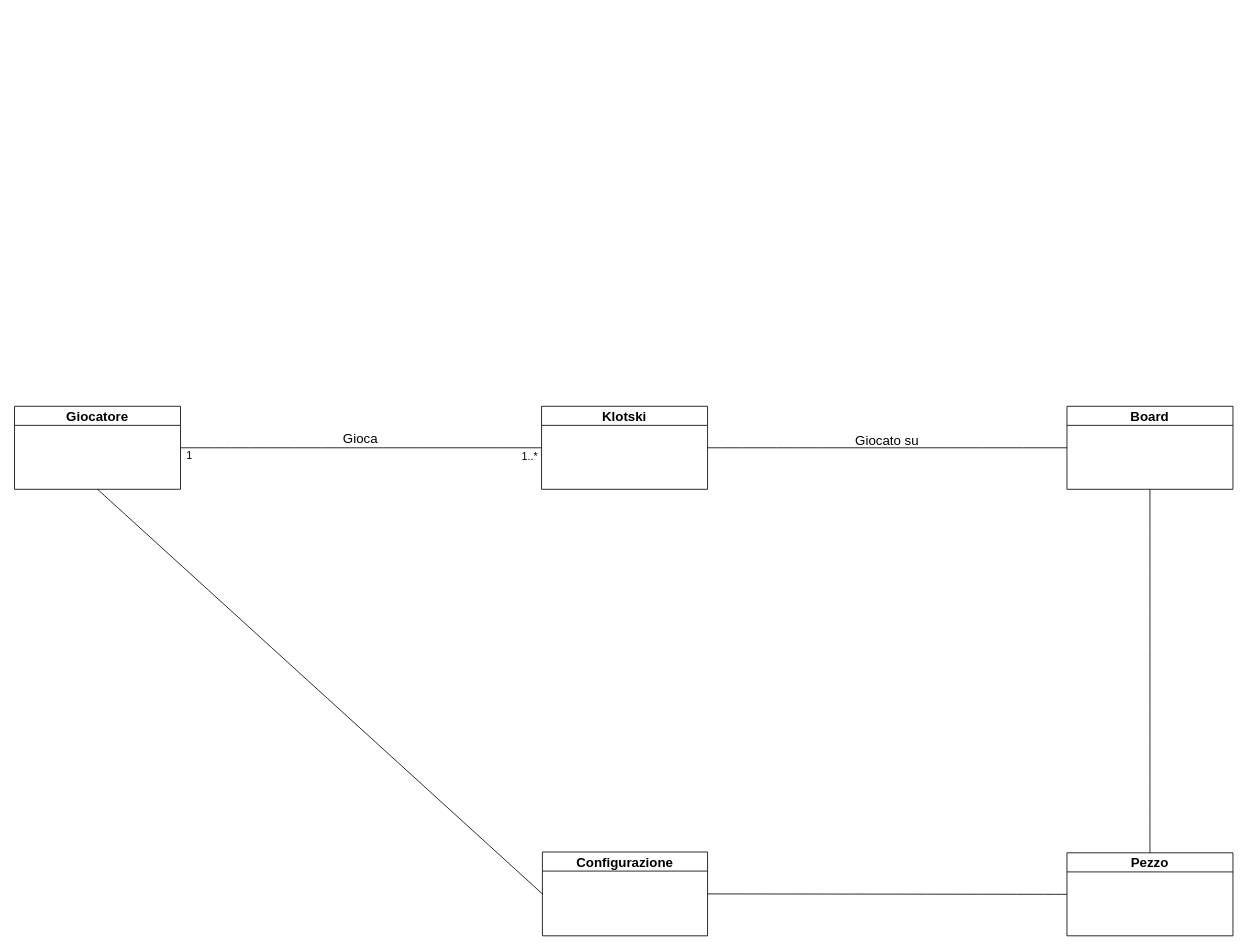
trikkeballakke/Test keeps this draw.io diagram as Domain Model.drawio. Above is the earlier version. Source tidied: cells renumbered, new cells numbered last; positions are measured from the earlier drawing's top-left corner, leaving out a move shared by most shapes. Both pictures are drawn from the tidied source at 83%, with x=0, y=0 at pixel (14, 406).
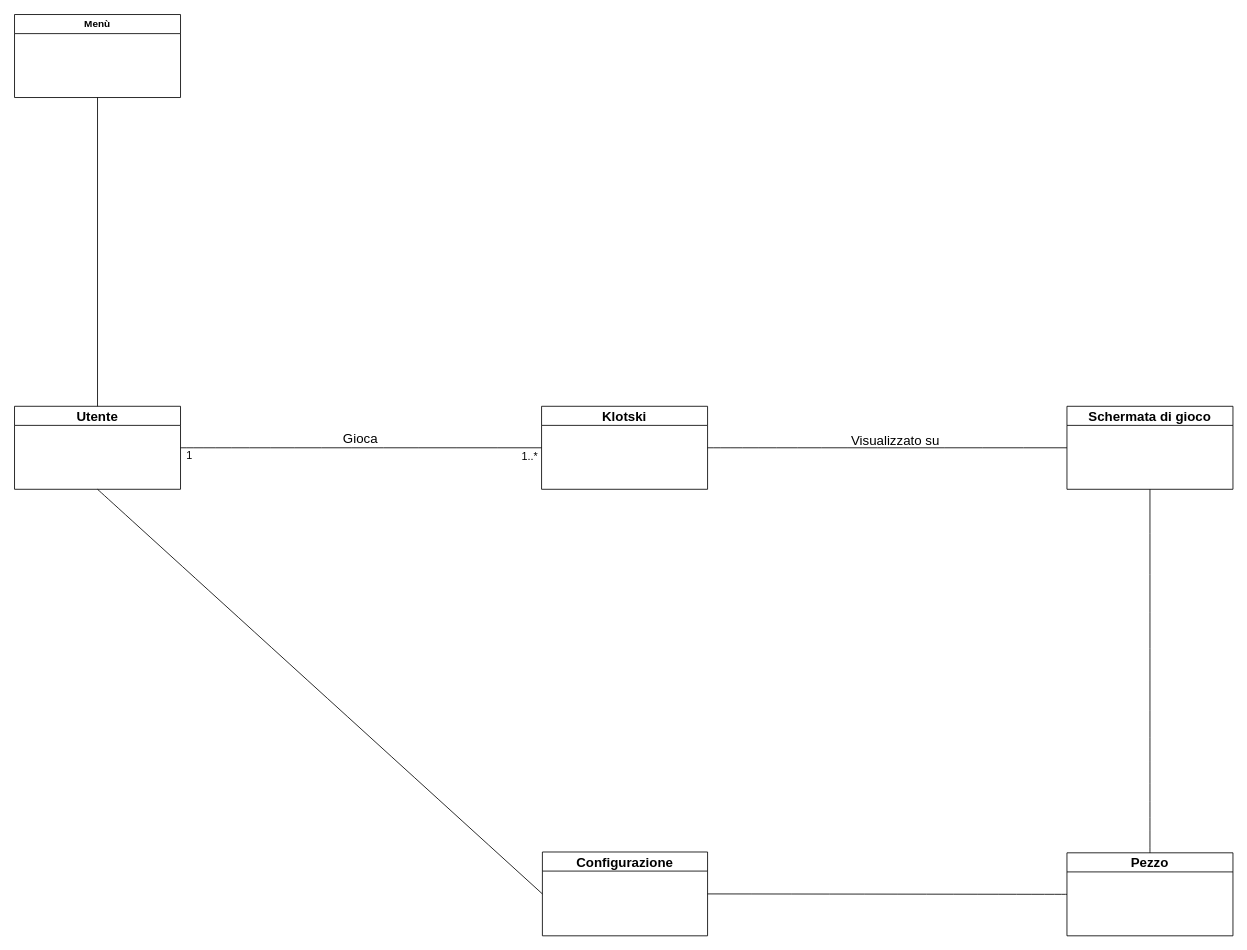
After the change.

What changed in the source:
```diff
@@
 <mxGraphModel>
   <root>
     <mxCell id="0" />
     <mxCell id="1" parent="0" />
     <mxCell id="2" style="edgeStyle=none;curved=1;rounded=0;jettySize=auto;html=1;exitX=1;exitY=0.5;exitDx=0;exitDy=0;entryX=0;entryY=0.5;entryDx=0;entryDy=0;fontSize=12;startSize=8;endSize=8;strokeColor=none;" parent="1" edge="1" source="3" target="4">
       <mxGeometry relative="1" as="geometry" />
     </mxCell>
-    <mxCell id="3" value="Giocatore" style="swimlane;whiteSpace=wrap;html=1;fontSize=16;" parent="1" vertex="1">
+    <mxCell id="3" value="Utente" style="swimlane;whiteSpace=wrap;html=1;fontSize=16;" parent="1" vertex="1">
       <mxGeometry width="200" height="100" as="geometry" />
     </mxCell>
     <mxCell id="4" value="Klotski" style="swimlane;whiteSpace=wrap;html=1;fontSize=16;" parent="1" vertex="1">
       <mxGeometry x="635" width="200" height="100" as="geometry" />
     </mxCell>
     <mxCell id="5" style="endArrow=none;html=1;rounded=0;fontSize=12;startSize=8;endSize=8;curved=1;exitX=1;exitY=0.5;exitDx=0;exitDy=0;entryX=0;entryY=0.5;entryDx=0;entryDy=0;" parent="1" edge="1" source="3" target="4">
       <mxGeometry relative="1" as="geometry" />
     </mxCell>
     <mxCell id="6" value="Gioca" style="text;html=1;strokeColor=none;fillColor=none;align=center;verticalAlign=middle;whiteSpace=wrap;rounded=0;fontSize=16;" parent="1" vertex="1">
       <mxGeometry x="387" y="24" width="60" height="30" as="geometry" />
     </mxCell>
     <mxCell id="7" value="1" style="text;html=1;strokeColor=none;fillColor=none;align=center;verticalAlign=middle;whiteSpace=wrap;rounded=0;fontSize=13;" parent="1" vertex="1">
       <mxGeometry x="206" y="54" width="10" height="10" as="geometry" />
     </mxCell>
     <mxCell id="8" value="&lt;font style=&quot;font-size: 13px;&quot;&gt;1..*&lt;/font&gt;" style="text;html=1;strokeColor=none;fillColor=none;align=center;verticalAlign=middle;whiteSpace=wrap;rounded=0;fontSize=16;" parent="1" vertex="1">
       <mxGeometry x="616" y="54" width="10" height="10" as="geometry" />
     </mxCell>
-    <mxCell id="9" value="Board" style="swimlane;whiteSpace=wrap;html=1;fontSize=16;" parent="1" vertex="1">
+    <mxCell id="9" value="Schermata di gioco" style="swimlane;whiteSpace=wrap;html=1;fontSize=16;" parent="1" vertex="1">
       <mxGeometry x="1268" width="200" height="100" as="geometry" />
     </mxCell>
     <mxCell id="10" style="endArrow=none;html=1;rounded=0;fontSize=12;startSize=8;endSize=8;curved=1;exitX=1;exitY=0.5;exitDx=0;exitDy=0;entryX=0;entryY=0.5;entryDx=0;entryDy=0;" parent="1" edge="1" source="4" target="9">
       <mxGeometry relative="1" as="geometry" />
     </mxCell>
-    <mxCell id="11" value="Giocato su" style="text;strokeColor=none;align=center;fillColor=none;html=1;verticalAlign=middle;whiteSpace=wrap;rounded=0;fontSize=16;" parent="1" vertex="1">
-      <mxGeometry x="1003" y="26" width="97.3" height="30" as="geometry" />
+    <mxCell id="11" value="Visualizzato su" style="text;strokeColor=none;align=center;fillColor=none;html=1;verticalAlign=middle;whiteSpace=wrap;rounded=0;fontSize=16;" parent="1" vertex="1">
+      <mxGeometry x="1003" y="26" width="117" height="30" as="geometry" />
     </mxCell>
     <mxCell id="12" value="Pezzo" style="swimlane;whiteSpace=wrap;html=1;fontSize=16;" parent="1" vertex="1">
       <mxGeometry x="1268" y="538" width="200" height="100" as="geometry" />
     </mxCell>
     <mxCell id="13" style="endArrow=none;html=1;rounded=0;fontSize=12;startSize=8;endSize=8;curved=1;entryX=0.5;entryY=1;entryDx=0;entryDy=0;exitX=0.5;exitY=0;exitDx=0;exitDy=0;" parent="1" edge="1" source="12" target="9">
       <mxGeometry relative="1" as="geometry" />
     </mxCell>
     <mxCell id="14" value="Configurazione" style="swimlane;whiteSpace=wrap;html=1;fontSize=16;" parent="1" vertex="1">
       <mxGeometry x="636" y="537" width="199" height="101" as="geometry" />
     </mxCell>
     <mxCell id="15" style="endArrow=none;html=1;rounded=0;fontSize=12;startSize=8;endSize=8;curved=1;entryX=1;entryY=0.5;entryDx=0;entryDy=0;exitX=0;exitY=0.5;exitDx=0;exitDy=0;" parent="1" edge="1" source="12" target="14">
       <mxGeometry relative="1" as="geometry" />
     </mxCell>
     <mxCell id="16" style="endArrow=none;html=1;rounded=0;fontSize=12;startSize=8;endSize=8;curved=1;exitX=0.5;exitY=1;exitDx=0;exitDy=0;entryX=0;entryY=0.5;entryDx=0;entryDy=0;" parent="1" edge="1" source="3" target="14">
       <mxGeometry relative="1" as="geometry" />
     </mxCell>
+    <mxCell id="17" value="Menù" style="swimlane;whiteSpace=wrap;html=1;" parent="1" vertex="1">
+      <mxGeometry y="-472" width="200" height="100" as="geometry" />
+    </mxCell>
+    <mxCell id="18" style="endArrow=none;html=1;rounded=0;exitX=0.5;exitY=0;exitDx=0;exitDy=0;entryX=0.5;entryY=1;entryDx=0;entryDy=0;" parent="1" edge="1" source="3" target="17">
+      <mxGeometry relative="1" as="geometry" />
+    </mxCell>
   </root>
 </mxGraphModel>
```
